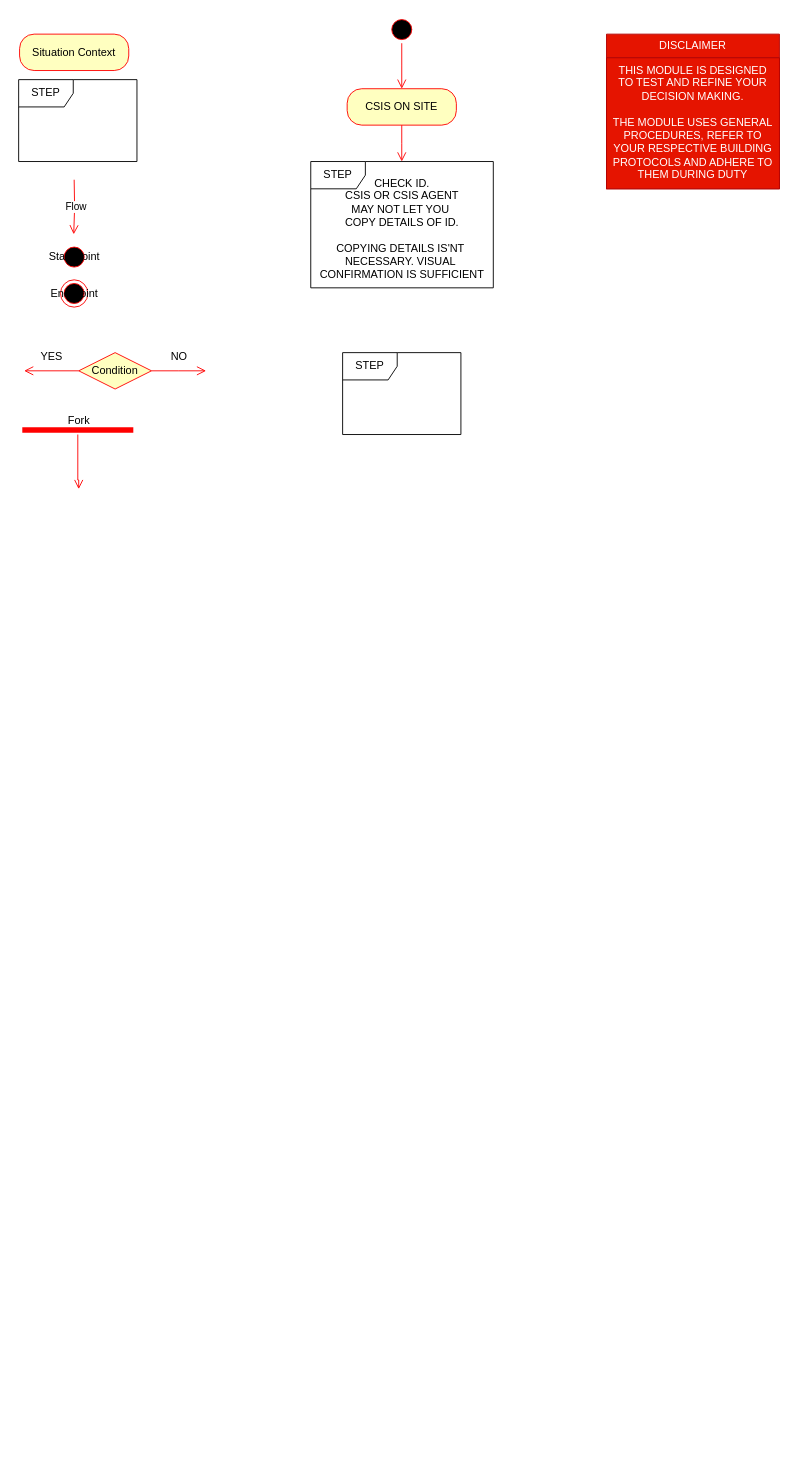
Above: MODULES/Mod 6 Procedure OFFICERS/Mod 6-3 Procedure CSIS.drawio in s-nasir/ModTrain (draw.io), before the change. Source tidied: cells renumbered, new cells numbered last; positions are measured from the earlier drawing's top-left corner, leaving out a move shared by most shapes. Both pictures are drawn from the tidied source at 91%, with x=0, y=0 at pixel (18, 15).
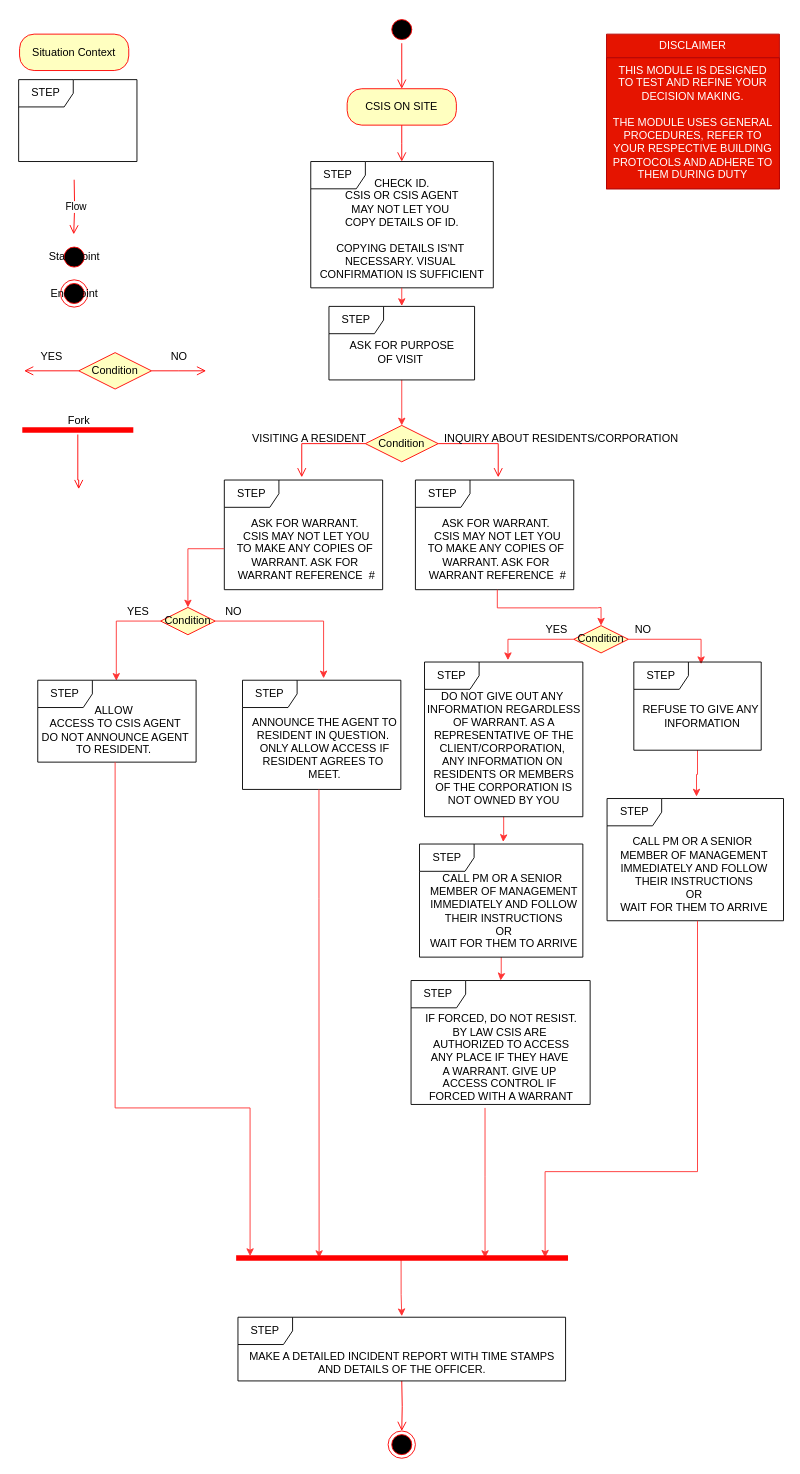
Above is the later version.

The change refers to these unchanged cells:
```xml
<mxCell id="23" value="CHECK ID.&lt;br&gt;CSIS OR CSIS AGENT&lt;br&gt;MAY NOT LET YOU&amp;nbsp;&lt;br&gt;COPY DETAILS OF ID.&lt;br&gt;&lt;br&gt;COPYING DETAILS IS'NT&amp;nbsp;&lt;br&gt;NECESSARY. VISUAL&amp;nbsp;&lt;br&gt;CONFIRMATION IS SUFFICIENT" style="text;html=1;align=center;verticalAlign=middle;points=[];strokeColor=none;fillColor=none;" parent="1" vertex="1">
  <mxGeometry x="321" y="168.8" width="200" height="130" as="geometry" />
</mxCell>
```

Diff of the diagram source:
```diff
@@
+    <mxCell id="25" style="edgeStyle=orthogonalEdgeStyle;rounded=0;jettySize=auto;html=1;entryX=0.496;entryY=0.001;entryDx=0;entryDy=0;entryPerimeter=0;strokeColor=#FF3333;" parent="1" edge="1" source="23" target="24">
+      <mxGeometry relative="1" as="geometry" />
+    </mxCell>
@@
+    <mxCell id="26" style="edgeStyle=orthogonalEdgeStyle;rounded=0;jettySize=auto;html=1;entryX=0.5;entryY=0;entryDx=0;entryDy=0;strokeColor=#FF3333;" parent="1" edge="1" source="24" target="29">
+      <mxGeometry relative="1" as="geometry" />
+    </mxCell>
     <mxCell id="24" value="STEP" style="shape=umlFrame;whiteSpace=wrap;html=1;" parent="1" vertex="1">
-      <mxGeometry x="356" y="370" width="130" height="90" as="geometry" />
+      <mxGeometry x="341" y="319.2" width="160" height="80.8" as="geometry" />
     </mxCell>
+    <mxCell id="27" value="ASK FOR PURPOSE &lt;br&gt;OF VISIT&amp;nbsp;" style="text;html=1;align=center;verticalAlign=middle;strokeColor=none;fillColor=none;" parent="1" vertex="1">
+      <mxGeometry x="351.3" y="350" width="140" height="40" as="geometry" />
+    </mxCell>
+    <mxCell id="28" value="STEP" style="shape=umlFrame;whiteSpace=wrap;html=1;" parent="1" vertex="1">
+      <mxGeometry x="226" y="510" width="174" height="120.5" as="geometry" />
+    </mxCell>
+    <mxCell id="29" value="Condition" style="rhombus;whiteSpace=wrap;html=1;fontColor=#000000;fillColor=#ffffc0;strokeColor=#ff0000;" parent="1" vertex="1">
+      <mxGeometry x="381" y="450" width="80" height="40" as="geometry" />
+    </mxCell>
+    <mxCell id="30" style="edgeStyle=orthogonalEdgeStyle;html=1;align=left;verticalAlign=bottom;endArrow=open;endSize=8;strokeColor=#ff0000;rounded=0;entryX=0.523;entryY=-0.025;entryDx=0;entryDy=0;entryPerimeter=0;" parent="1" edge="1" source="29" target="36">
+      <mxGeometry x="-0.25" y="10" relative="1" as="geometry">
+        <Array as="points">
+          <mxPoint x="527" y="470" />
+        </Array>
+      </mxGeometry>
+    </mxCell>
+    <mxCell id="31" style="edgeStyle=orthogonalEdgeStyle;html=1;align=left;verticalAlign=top;endArrow=open;endSize=8;strokeColor=#ff0000;rounded=0;entryX=0.489;entryY=-0.025;entryDx=0;entryDy=0;entryPerimeter=0;" parent="1" edge="1" target="28">
+      <mxGeometry x="0.2" y="60" relative="1" as="geometry">
+        <mxPoint x="381" y="470" as="sourcePoint" />
+        <Array as="points">
+          <mxPoint x="311" y="470" />
+        </Array>
+      </mxGeometry>
+    </mxCell>
+    <mxCell id="32" value="VISITING A RESIDENT" style="text;html=1;align=center;verticalAlign=middle;strokeColor=none;fillColor=none;" parent="1" vertex="1">
+      <mxGeometry x="243.5" y="450" width="150" height="30" as="geometry" />
+    </mxCell>
+    <mxCell id="33" value="INQUIRY ABOUT RESIDENTS/CORPORATION" style="text;html=1;align=center;verticalAlign=middle;strokeColor=none;fillColor=none;" parent="1" vertex="1">
+      <mxGeometry x="456" y="450" width="280" height="30" as="geometry" />
+    </mxCell>
+    <mxCell id="34" style="edgeStyle=orthogonalEdgeStyle;rounded=0;jettySize=auto;html=1;strokeColor=#FF3333;" parent="1" edge="1" source="35" target="41">
+      <mxGeometry relative="1" as="geometry" />
+    </mxCell>
+    <mxCell id="35" value="ASK FOR WARRANT.&amp;nbsp;&lt;br&gt;CSIS MAY NOT LET YOU&lt;br&gt;TO MAKE ANY COPIES OF&amp;nbsp;&lt;br&gt;WARRANT. ASK FOR&amp;nbsp;&lt;br&gt;WARRANT REFERENCE&amp;nbsp; #" style="text;html=1;align=center;verticalAlign=middle;points=[];strokeColor=none;fillColor=none;" parent="1" vertex="1">
+      <mxGeometry x="226" y="540.5" width="180" height="90" as="geometry" />
+    </mxCell>
+    <mxCell id="36" value="STEP" style="shape=umlFrame;whiteSpace=wrap;html=1;" parent="1" vertex="1">
+      <mxGeometry x="436" y="510" width="174" height="120.5" as="geometry" />
+    </mxCell>
+    <mxCell id="37" style="edgeStyle=orthogonalEdgeStyle;rounded=0;jettySize=auto;html=1;entryX=0.5;entryY=0;entryDx=0;entryDy=0;strokeColor=#FF3333;" parent="1" edge="1" source="38" target="46">
+      <mxGeometry relative="1" as="geometry" />
+    </mxCell>
+    <mxCell id="38" value="ASK FOR WARRANT.&amp;nbsp;&lt;br&gt;CSIS MAY NOT LET YOU&lt;br&gt;TO MAKE ANY COPIES OF&amp;nbsp;&lt;br&gt;WARRANT. ASK FOR&amp;nbsp;&lt;br&gt;WARRANT REFERENCE&amp;nbsp; #" style="text;html=1;align=center;verticalAlign=middle;points=[];strokeColor=none;fillColor=none;" parent="1" vertex="1">
+      <mxGeometry x="436" y="540.5" width="180" height="90" as="geometry" />
+    </mxCell>
+    <mxCell id="39" style="edgeStyle=orthogonalEdgeStyle;rounded=0;jettySize=auto;html=1;entryX=0.496;entryY=0.007;entryDx=0;entryDy=0;entryPerimeter=0;strokeColor=#FF3333;" parent="1" edge="1" source="41" target="47">
+      <mxGeometry relative="1" as="geometry">
+        <Array as="points">
+          <mxPoint x="107" y="665" />
+        </Array>
+      </mxGeometry>
+    </mxCell>
+    <mxCell id="40" style="edgeStyle=orthogonalEdgeStyle;rounded=0;jettySize=auto;html=1;exitX=1;exitY=0.5;exitDx=0;exitDy=0;entryX=0.512;entryY=-0.017;entryDx=0;entryDy=0;entryPerimeter=0;strokeColor=#FF3333;" parent="1" edge="1" source="41" target="50">
+      <mxGeometry relative="1" as="geometry" />
+    </mxCell>
+    <mxCell id="41" value="Condition" style="rhombus;whiteSpace=wrap;html=1;fontColor=#000000;fillColor=#ffffc0;strokeColor=#ff0000;" parent="1" vertex="1">
+      <mxGeometry x="156" y="650" width="60" height="30" as="geometry" />
+    </mxCell>
+    <mxCell id="42" value="YES" style="text;html=1;align=center;verticalAlign=middle;strokeColor=none;fillColor=none;" parent="1" vertex="1">
+      <mxGeometry x="106" y="640" width="50" height="30" as="geometry" />
+    </mxCell>
+    <mxCell id="43" value="NO" style="text;html=1;align=center;verticalAlign=middle;strokeColor=none;fillColor=none;" parent="1" vertex="1">
+      <mxGeometry x="216" y="640" width="40" height="30" as="geometry" />
+    </mxCell>
+    <mxCell id="44" style="edgeStyle=orthogonalEdgeStyle;rounded=0;jettySize=auto;html=1;entryX=0.527;entryY=-0.012;entryDx=0;entryDy=0;entryPerimeter=0;strokeColor=#FF3333;" parent="1" edge="1" source="46" target="56">
+      <mxGeometry relative="1" as="geometry">
+        <Array as="points">
+          <mxPoint x="538" y="685" />
+        </Array>
+      </mxGeometry>
+    </mxCell>
+    <mxCell id="45" style="edgeStyle=orthogonalEdgeStyle;rounded=0;jettySize=auto;html=1;entryX=0.528;entryY=0.024;entryDx=0;entryDy=0;entryPerimeter=0;strokeColor=#FF3333;" parent="1" edge="1" source="46" target="63">
+      <mxGeometry relative="1" as="geometry" />
+    </mxCell>
+    <mxCell id="46" value="Condition" style="rhombus;whiteSpace=wrap;html=1;fontColor=#000000;fillColor=#ffffc0;strokeColor=#ff0000;" parent="1" vertex="1">
+      <mxGeometry x="610" y="670" width="60" height="30" as="geometry" />
+    </mxCell>
+    <mxCell id="47" value="STEP" style="shape=umlFrame;whiteSpace=wrap;html=1;" parent="1" vertex="1">
+      <mxGeometry x="21" y="730" width="174" height="90" as="geometry" />
+    </mxCell>
+    <mxCell id="48" style="edgeStyle=orthogonalEdgeStyle;rounded=0;jettySize=auto;html=1;entryX=0.042;entryY=0.428;entryDx=0;entryDy=0;entryPerimeter=0;strokeColor=#FF3333;" parent="1" edge="1" source="49" target="71">
+      <mxGeometry relative="1" as="geometry">
+        <Array as="points">
+          <mxPoint x="106" y="1200" />
+          <mxPoint x="254" y="1200" />
+        </Array>
+      </mxGeometry>
+    </mxCell>
+    <mxCell id="49" value="ALLOW&amp;nbsp;&lt;br style=&quot;border-color: var(--border-color);&quot;&gt;ACCESS TO CSIS AGENT&lt;br&gt;DO NOT ANNOUNCE AGENT&lt;br&gt;TO RESIDENT.&amp;nbsp;" style="text;html=1;align=center;verticalAlign=middle;points=[];strokeColor=none;fillColor=none;" parent="1" vertex="1">
+      <mxGeometry x="11" y="750" width="190" height="70" as="geometry" />
+    </mxCell>
+    <mxCell id="50" value="STEP" style="shape=umlFrame;whiteSpace=wrap;html=1;" parent="1" vertex="1">
+      <mxGeometry x="246" y="730" width="174" height="120" as="geometry" />
+    </mxCell>
+    <mxCell id="51" style="edgeStyle=orthogonalEdgeStyle;rounded=0;jettySize=auto;html=1;entryX=0.25;entryY=0.5;entryDx=0;entryDy=0;entryPerimeter=0;strokeColor=#FF3333;" parent="1" edge="1" source="52" target="71">
+      <mxGeometry relative="1" as="geometry">
+        <Array as="points">
+          <mxPoint x="330" y="970" />
+          <mxPoint x="330" y="970" />
+        </Array>
+      </mxGeometry>
+    </mxCell>
+    <mxCell id="52" value="ANNOUNCE THE AGENT TO&lt;br&gt;RESIDENT IN QUESTION.&amp;nbsp;&lt;br&gt;ONLY ALLOW ACCESS IF&lt;br&gt;RESIDENT AGREES TO&amp;nbsp;&lt;br&gt;MEET." style="text;html=1;align=center;verticalAlign=middle;points=[];strokeColor=none;fillColor=none;" parent="1" vertex="1">
+      <mxGeometry x="246" y="760" width="180" height="90" as="geometry" />
+    </mxCell>
+    <mxCell id="53" style="edgeStyle=orthogonalEdgeStyle;rounded=0;jettySize=auto;html=1;entryX=0.5;entryY=0;entryDx=0;entryDy=0;entryPerimeter=0;strokeColor=#FF3333;" parent="1" edge="1" source="54" target="59">
+      <mxGeometry relative="1" as="geometry" />
+    </mxCell>
+    <mxCell id="54" value="STEP" style="shape=umlFrame;whiteSpace=wrap;html=1;" parent="1" vertex="1">
+      <mxGeometry x="440.5" y="910" width="179.5" height="124.3" as="geometry" />
+    </mxCell>
+    <mxCell id="55" style="edgeStyle=orthogonalEdgeStyle;rounded=0;jettySize=auto;html=1;entryX=0.512;entryY=-0.018;entryDx=0;entryDy=0;entryPerimeter=0;strokeColor=#FF3333;" parent="1" edge="1" source="56" target="54">
+      <mxGeometry relative="1" as="geometry" />
+    </mxCell>
+    <mxCell id="56" value="STEP" style="shape=umlFrame;whiteSpace=wrap;html=1;" parent="1" vertex="1">
+      <mxGeometry x="446" y="710" width="174" height="170" as="geometry" />
+    </mxCell>
+    <mxCell id="57" value="DO NOT GIVE OUT ANY&amp;nbsp;&lt;br&gt;INFORMATION REGARDLESS&lt;br&gt;OF WARRANT. AS A&lt;br&gt;REPRESENTATIVE OF THE&lt;br&gt;CLIENT/CORPORATION,&amp;nbsp;&lt;br&gt;ANY INFORMATION ON&amp;nbsp;&lt;br&gt;RESIDENTS OR MEMBERS&lt;br&gt;OF THE CORPORATION IS&lt;br&gt;NOT OWNED BY YOU" style="text;html=1;align=center;verticalAlign=middle;strokeColor=none;fillColor=none;" parent="1" vertex="1">
+      <mxGeometry x="438" y="735" width="190" height="140" as="geometry" />
+    </mxCell>
+    <mxCell id="58" value="CALL PM OR A SENIOR&amp;nbsp;&lt;br&gt;MEMBER OF MANAGEMENT&lt;br&gt;IMMEDIATELY AND FOLLOW &lt;br&gt;THEIR INSTRUCTIONS&lt;br&gt;OR&lt;br&gt;WAIT FOR THEM TO ARRIVE" style="text;html=1;align=center;verticalAlign=middle;strokeColor=none;fillColor=none;" parent="1" vertex="1">
+      <mxGeometry x="438" y="934.3" width="190" height="100" as="geometry" />
+    </mxCell>
+    <mxCell id="59" value="STEP" style="shape=umlFrame;whiteSpace=wrap;html=1;" parent="1" vertex="1">
+      <mxGeometry x="431.2" y="1060" width="196.8" height="136.2" as="geometry" />
+    </mxCell>
+    <mxCell id="60" style="edgeStyle=orthogonalEdgeStyle;rounded=0;jettySize=auto;html=1;entryX=0.75;entryY=0.5;entryDx=0;entryDy=0;entryPerimeter=0;strokeColor=#FF3333;" parent="1" edge="1" source="61" target="71">
+      <mxGeometry relative="1" as="geometry">
+        <Array as="points">
+          <mxPoint x="513" y="1275" />
+        </Array>
+      </mxGeometry>
+    </mxCell>
+    <mxCell id="61" value="IF FORCED, DO NOT RESIST.&lt;br&gt;BY LAW CSIS ARE&amp;nbsp;&lt;br&gt;AUTHORIZED TO ACCESS&lt;br&gt;ANY PLACE IF THEY HAVE&amp;nbsp;&lt;br&gt;A WARRANT. GIVE UP&amp;nbsp;&lt;br&gt;ACCESS CONTROL IF&amp;nbsp;&lt;br&gt;FORCED WITH A WARRANT" style="text;html=1;align=center;verticalAlign=middle;points=[];strokeColor=none;fillColor=none;" parent="1" vertex="1">
+      <mxGeometry x="434.6" y="1090" width="190" height="110" as="geometry" />
+    </mxCell>
+    <mxCell id="62" style="edgeStyle=orthogonalEdgeStyle;rounded=0;jettySize=auto;html=1;entryX=0.507;entryY=-0.016;entryDx=0;entryDy=0;entryPerimeter=0;strokeColor=#FF3333;" parent="1" edge="1" source="63" target="65">
+      <mxGeometry relative="1" as="geometry" />
+    </mxCell>
+    <mxCell id="63" value="STEP" style="shape=umlFrame;whiteSpace=wrap;html=1;" parent="1" vertex="1">
+      <mxGeometry x="676" y="710" width="140" height="96.9" as="geometry" />
+    </mxCell>
+    <mxCell id="64" value="REFUSE TO GIVE ANY&amp;nbsp;&lt;br&gt;INFORMATION" style="text;html=1;align=center;verticalAlign=middle;strokeColor=none;fillColor=none;" parent="1" vertex="1">
+      <mxGeometry x="676" y="750" width="150" height="40" as="geometry" />
+    </mxCell>
+    <mxCell id="65" value="STEP" style="shape=umlFrame;whiteSpace=wrap;html=1;" parent="1" vertex="1">
+      <mxGeometry x="646.6" y="860" width="193.9" height="134.3" as="geometry" />
+    </mxCell>
+    <mxCell id="66" style="edgeStyle=orthogonalEdgeStyle;rounded=0;jettySize=auto;html=1;entryX=0.931;entryY=0.486;entryDx=0;entryDy=0;entryPerimeter=0;strokeColor=#FF3333;" parent="1" edge="1" source="67" target="71">
+      <mxGeometry relative="1" as="geometry">
+        <Array as="points">
+          <mxPoint x="746" y="1270" />
+          <mxPoint x="579" y="1270" />
+        </Array>
+      </mxGeometry>
+    </mxCell>
+    <mxCell id="67" value="CALL PM OR A SENIOR&amp;nbsp;&lt;br&gt;MEMBER OF MANAGEMENT&lt;br&gt;IMMEDIATELY AND FOLLOW &lt;br&gt;THEIR INSTRUCTIONS&lt;br&gt;OR&lt;br&gt;WAIT FOR THEM TO ARRIVE" style="text;html=1;align=center;verticalAlign=middle;points=[];strokeColor=none;fillColor=none;" parent="1" vertex="1">
+      <mxGeometry x="646.6" y="894.3" width="190" height="100" as="geometry" />
+    </mxCell>
+    <mxCell id="68" value="YES" style="text;html=1;align=center;verticalAlign=middle;strokeColor=none;fillColor=none;" parent="1" vertex="1">
+      <mxGeometry x="566" y="660" width="50" height="30" as="geometry" />
+    </mxCell>
+    <mxCell id="69" value="NO" style="text;html=1;align=center;verticalAlign=middle;strokeColor=none;fillColor=none;" parent="1" vertex="1">
+      <mxGeometry x="666" y="660" width="40" height="30" as="geometry" />
+    </mxCell>
+    <mxCell id="70" style="edgeStyle=orthogonalEdgeStyle;rounded=0;jettySize=auto;html=1;entryX=0.5;entryY=-0.016;entryDx=0;entryDy=0;entryPerimeter=0;exitX=0.497;exitY=0.573;exitDx=0;exitDy=0;exitPerimeter=0;strokeColor=#FF3333;" parent="1" edge="1" source="71" target="75">
+      <mxGeometry relative="1" as="geometry" />
+    </mxCell>
+    <mxCell id="71" style="shape=line;html=1;strokeWidth=6;strokeColor=#ff0000;" parent="1" vertex="1">
+      <mxGeometry x="239" y="1350" width="364.7" height="29.9" as="geometry" />
+    </mxCell>
+    <mxCell id="72" style="edgeStyle=orthogonalEdgeStyle;html=1;verticalAlign=bottom;endArrow=open;endSize=8;strokeColor=#ff0000;rounded=0;" parent="1" edge="1" target="73">
+      <mxGeometry relative="1" as="geometry">
+        <mxPoint x="421" y="1500" as="sourcePoint" />
+      </mxGeometry>
+    </mxCell>
+    <mxCell id="73" style="ellipse;html=1;shape=endState;fillColor=#000000;strokeColor=#ff0000;" parent="1" vertex="1">
+      <mxGeometry x="406" y="1555" width="30" height="30" as="geometry" />
+    </mxCell>
+    <mxCell id="74" value="MAKE A DETAILED INCIDENT REPORT WITH TIME STAMPS &lt;br&gt;AND DETAILS OF THE OFFICER." style="text;html=1;align=center;verticalAlign=middle;strokeColor=none;fillColor=none;" parent="1" vertex="1">
+      <mxGeometry x="241" y="1460" width="360" height="40" as="geometry" />
+    </mxCell>
+    <mxCell id="75" value="STEP" style="shape=umlFrame;whiteSpace=wrap;html=1;" parent="1" vertex="1">
+      <mxGeometry x="241" y="1430" width="360" height="70" as="geometry" />
+    </mxCell>
```
